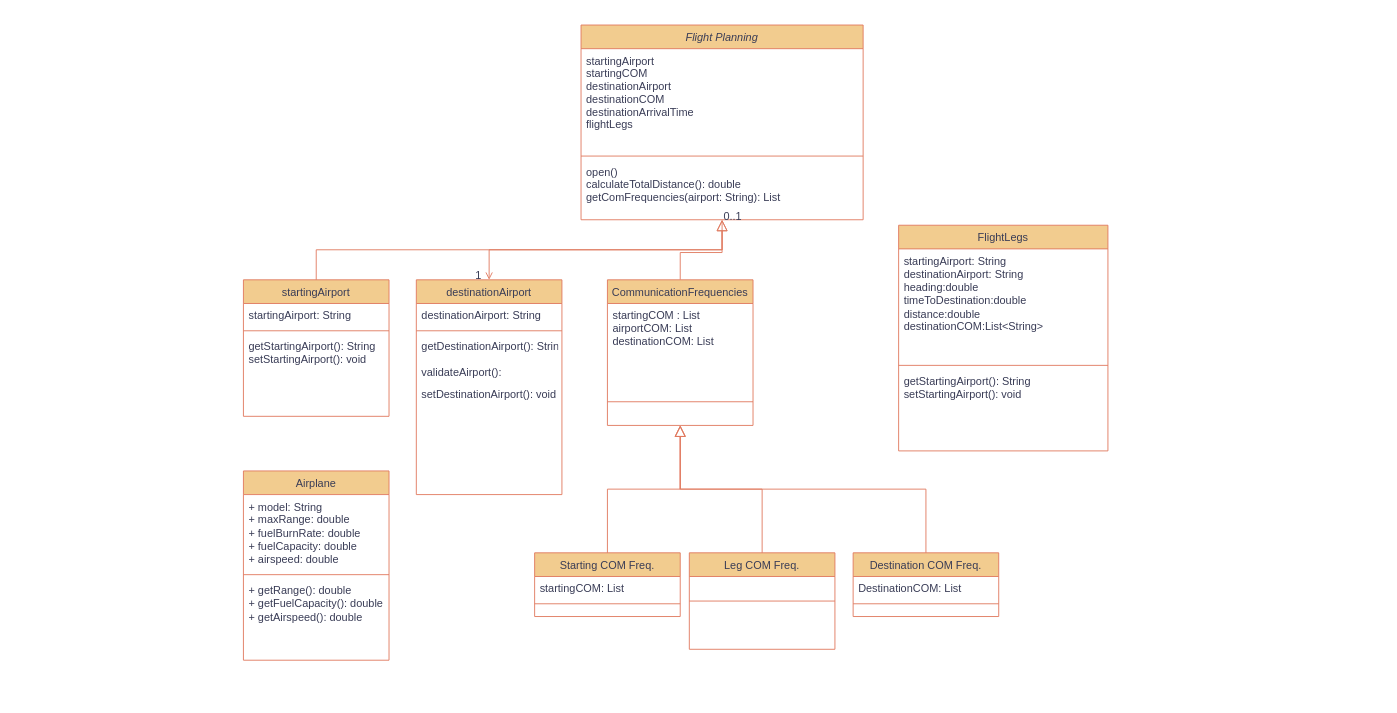
Above: Flight Planning.drawio in edgarg7/CSCI-360-Software-Development-Project (draw.io), before the change. Source tidied: cells renumbered, new cells numbered last; positions are measured from the earlier drawing's top-left corner, leaving out a move shared by most shapes. Both pictures are drawn from the tidied source at 91%, with x=0, y=0 at pixel (243, 25).
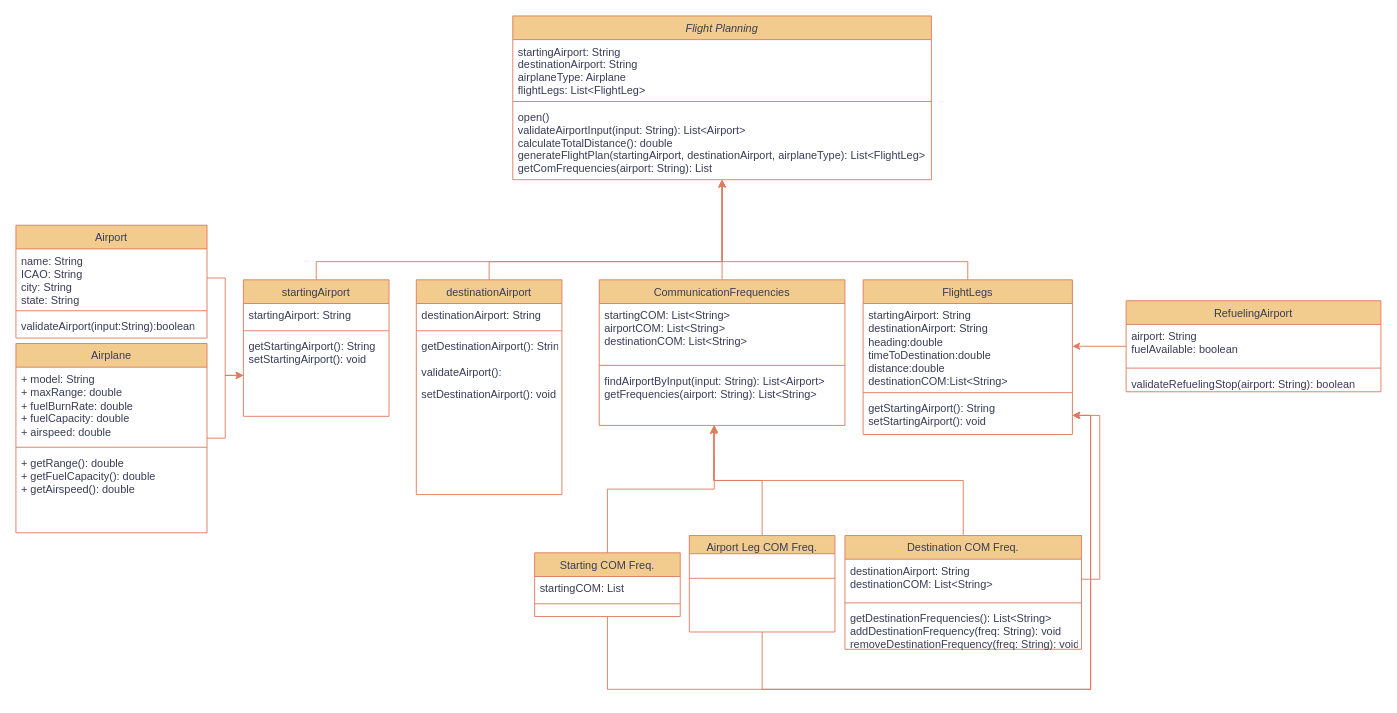
The same diagram, later.

The change refers to these unchanged cells:
```xml
<mxCell id="6" value="startingAirport" style="swimlane;fontStyle=0;align=center;verticalAlign=top;horizontal=1;startSize=26;rounded=0;shadow=0;strokeWidth=1;labelBackgroundColor=none;fillColor=#F2CC8F;strokeColor=#E07A5F;fontColor=#393C56;" parent="1" vertex="1">
  <mxGeometry y="280" width="160" height="150" as="geometry" />
</mxCell>
<mxCell id="9" value="getStartingAirport(): String&#10;setStartingAirport(): void" style="text;align=left;verticalAlign=top;spacingLeft=4;spacingRight=4;overflow=hidden;points=[[0,0.5],[1,0.5]];portConstraint=eastwest;labelBackgroundColor=none;fontColor=#393C56;" parent="6" vertex="1">
  <mxGeometry y="60" width="160" height="90" as="geometry" />
</mxCell>
<mxCell id="11" value="Starting COM Freq." style="swimlane;fontStyle=0;align=center;verticalAlign=top;horizontal=1;startSize=26;rounded=0;shadow=0;strokeWidth=1;labelBackgroundColor=none;fillColor=#F2CC8F;strokeColor=#E07A5F;fontColor=#393C56;" parent="1" vertex="1">
  <mxGeometry x="320" y="580" width="160" height="70" as="geometry" />
</mxCell>
<mxCell id="15" value="destinationAirport" style="swimlane;fontStyle=0;align=center;verticalAlign=top;horizontal=1;startSize=26;rounded=0;shadow=0;strokeWidth=1;labelBackgroundColor=none;fillColor=#F2CC8F;strokeColor=#E07A5F;fontColor=#393C56;" parent="1" vertex="1">
  <mxGeometry x="190" y="280" width="160" height="236" as="geometry" />
</mxCell>
```

The edit, as a diff of the source:
```diff
@@
     <mxCell id="2" value="Flight Planning" style="swimlane;fontStyle=2;align=center;verticalAlign=top;horizontal=1;startSize=26;rounded=0;shadow=0;strokeWidth=1;labelBackgroundColor=none;fillColor=#F2CC8F;strokeColor=#E07A5F;fontColor=#393C56;" parent="1" vertex="1">
-      <mxGeometry x="371" width="310" height="214" as="geometry" />
+      <mxGeometry x="296" y="-10" width="460" height="180" as="geometry" />
     </mxCell>
-    <mxCell id="3" value="startingAirport&#10;startingCOM&#10;destinationAirport&#10;destinationCOM&#10;destinationArrivalTime&#10;flightLegs" style="text;align=left;verticalAlign=top;spacingLeft=4;spacingRight=4;overflow=hidden;rounded=0;shadow=0;html=0;labelBackgroundColor=none;fontColor=#393C56;" parent="2" vertex="1">
-      <mxGeometry y="26" width="310" height="114" as="geometry" />
+    <mxCell id="3" value="startingAirport: String&#10;destinationAirport: String&#10;airplaneType: Airplane&#10;flightLegs: List&lt;FlightLeg&gt;" style="text;align=left;verticalAlign=top;spacingLeft=4;spacingRight=4;overflow=hidden;rounded=0;shadow=0;html=0;labelBackgroundColor=none;fontColor=#393C56;" parent="2" vertex="1">
+      <mxGeometry y="26" width="460" height="64" as="geometry" />
     </mxCell>
     <mxCell id="4" style="line;html=1;strokeWidth=1;align=left;verticalAlign=middle;spacingTop=-1;spacingLeft=3;spacingRight=3;labelPosition=right;labelBackgroundColor=none;fillColor=#F2CC8F;strokeColor=#E07A5F;fontColor=#393C56;" parent="2" vertex="1">
-      <mxGeometry y="140" width="310" height="8" as="geometry" />
+      <mxGeometry y="90" width="460" height="8" as="geometry" />
     </mxCell>
-    <mxCell id="5" value="open()&#10;calculateTotalDistance(): double&#10;getComFrequencies(airport: String): List" style="text;align=left;verticalAlign=top;spacingLeft=4;spacingRight=4;overflow=hidden;labelBackgroundColor=none;fontColor=#393C56;" parent="2" vertex="1">
-      <mxGeometry y="148" width="310" height="62" as="geometry" />
+    <mxCell id="5" value="open()&#10;validateAirportInput(input: String): List&lt;Airport&gt;&#10;calculateTotalDistance(): double&#10;generateFlightPlan(startingAirport, destinationAirport, airplaneType): List&lt;FlightLeg&gt;&#10;getComFrequencies(airport: String): List" style="text;align=left;verticalAlign=top;spacingLeft=4;spacingRight=4;overflow=hidden;labelBackgroundColor=none;fontColor=#393C56;" parent="2" vertex="1">
+      <mxGeometry y="98" width="460" height="82" as="geometry" />
     </mxCell>
+    <mxCell id="10" style="edgeStyle=orthogonalEdgeStyle;rounded=0;jettySize=auto;html=1;entryX=0.5;entryY=1;entryDx=0;entryDy=0;strokeColor=#E07A5F;fontColor=#393C56;fillColor=#F2CC8F;" parent="1" edge="1" source="6" target="2">
+      <mxGeometry relative="1" as="geometry">
+        <Array as="points">
+          <mxPoint x="80" y="260" />
+          <mxPoint x="526" y="260" />
+        </Array>
+      </mxGeometry>
+    </mxCell>
@@
-    <mxCell id="10" style="endArrow=block;endSize=10;endFill=0;shadow=0;strokeWidth=1;rounded=0;curved=0;edgeStyle=elbowEdgeStyle;elbow=vertical;entryX=0.5;entryY=1;entryDx=0;entryDy=0;labelBackgroundColor=none;strokeColor=#E07A5F;fontColor=default;" parent="1" edge="1" source="6" target="2">
-      <mxGeometry relative="1" as="geometry" />
-    </mxCell>
+    <mxCell id="42" style="edgeStyle=orthogonalEdgeStyle;rounded=0;jettySize=auto;html=1;entryX=1;entryY=0.5;entryDx=0;entryDy=0;strokeColor=#E07A5F;fontColor=#393C56;fillColor=#F2CC8F;" parent="1" edge="1" source="11" target="37">
+      <mxGeometry relative="1" as="geometry">
+        <Array as="points">
+          <mxPoint x="400" y="730" />
+          <mxPoint x="931" y="730" />
+          <mxPoint x="931" y="429" />
+        </Array>
+      </mxGeometry>
+    </mxCell>
@@
-    <mxCell id="14" style="endArrow=block;endSize=10;endFill=0;shadow=0;strokeWidth=1;rounded=0;curved=0;edgeStyle=elbowEdgeStyle;elbow=vertical;exitX=0.5;exitY=0;exitDx=0;exitDy=0;entryX=0.5;entryY=1;entryDx=0;entryDy=0;labelBackgroundColor=none;strokeColor=#E07A5F;fontColor=default;" parent="1" edge="1" source="23" target="2">
-      <mxGeometry relative="1" as="geometry">
-        <Array as="points">
-          <mxPoint x="560" y="250" />
-        </Array>
-      </mxGeometry>
-    </mxCell>
+    <mxCell id="43" style="edgeStyle=orthogonalEdgeStyle;rounded=0;jettySize=auto;html=1;entryX=0.5;entryY=1;entryDx=0;entryDy=0;strokeColor=#E07A5F;fontColor=#393C56;fillColor=#F2CC8F;" parent="1" edge="1" source="15" target="2">
+      <mxGeometry relative="1" as="geometry">
+        <Array as="points">
+          <mxPoint x="270" y="260" />
+          <mxPoint x="526" y="260" />
+        </Array>
+      </mxGeometry>
+    </mxCell>
@@
-    <mxCell id="20" style="endArrow=open;shadow=0;strokeWidth=1;rounded=0;curved=0;endFill=1;edgeStyle=elbowEdgeStyle;elbow=vertical;labelBackgroundColor=none;strokeColor=#E07A5F;fontColor=default;" parent="1" edge="1" target="15">
-      <mxGeometry x="0.5" y="41" relative="1" as="geometry">
-        <mxPoint x="526" y="215" as="sourcePoint" />
-        <Array as="points">
-          <mxPoint x="420" y="247" />
-        </Array>
-        <mxPoint x="-40" y="32" as="offset" />
-      </mxGeometry>
-    </mxCell>
-    <mxCell id="21" value="0..1" style="align=left;verticalAlign=bottom;labelBackgroundColor=none;fontSize=12;fillColor=#F2CC8F;strokeColor=#E07A5F;fontColor=#393C56;" parent="20" vertex="1">
-      <mxGeometry x="-1" relative="1" as="geometry">
-        <mxPoint y="4" as="offset" />
-      </mxGeometry>
-    </mxCell>
-    <mxCell id="22" value="1" style="align=right;verticalAlign=bottom;labelBackgroundColor=none;fontSize=12;fillColor=#F2CC8F;strokeColor=#E07A5F;fontColor=#393C56;" parent="20" vertex="1">
-      <mxGeometry x="1" relative="1" as="geometry">
-        <mxPoint x="-7" y="4" as="offset" />
-      </mxGeometry>
-    </mxCell>
+    <mxCell id="14" style="edgeStyle=orthogonalEdgeStyle;rounded=0;jettySize=auto;html=1;entryX=0.5;entryY=1;entryDx=0;entryDy=0;strokeColor=#E07A5F;fontColor=#393C56;fillColor=#F2CC8F;" parent="1" edge="1" source="23" target="2">
+      <mxGeometry relative="1" as="geometry" />
+    </mxCell>
     <mxCell id="23" value="CommunicationFrequencies" style="swimlane;fontStyle=0;align=center;verticalAlign=top;horizontal=1;startSize=26;rounded=0;shadow=0;strokeWidth=1;labelBackgroundColor=none;fillColor=#F2CC8F;strokeColor=#E07A5F;fontColor=#393C56;" parent="1" vertex="1">
-      <mxGeometry x="400" y="280" width="160" height="160" as="geometry" />
+      <mxGeometry x="391" y="280" width="270" height="160" as="geometry" />
     </mxCell>
-    <mxCell id="24" value="startingCOM : List&#10;airportCOM: List&#10;destinationCOM: List" style="text;align=left;verticalAlign=top;spacingLeft=4;spacingRight=4;overflow=hidden;labelBackgroundColor=none;fontColor=#393C56;" parent="23" vertex="1">
-      <mxGeometry y="26" width="160" height="104" as="geometry" />
+    <mxCell id="24" value="startingCOM: List&lt;String&gt;&#10;airportCOM: List&lt;String&gt;&#10;destinationCOM: List&lt;String&gt;" style="text;align=left;verticalAlign=top;spacingLeft=4;spacingRight=4;overflow=hidden;labelBackgroundColor=none;fontColor=#393C56;" parent="23" vertex="1">
+      <mxGeometry y="26" width="270" height="64" as="geometry" />
     </mxCell>
     <mxCell id="25" style="line;html=1;strokeWidth=1;align=left;verticalAlign=middle;spacingTop=-1;spacingLeft=3;spacingRight=3;labelPosition=right;labelBackgroundColor=none;fillColor=#F2CC8F;strokeColor=#E07A5F;fontColor=#393C56;" parent="23" vertex="1">
-      <mxGeometry y="130" width="160" height="8" as="geometry" />
+      <mxGeometry y="90" width="270" height="8" as="geometry" />
     </mxCell>
-    <mxCell id="26" style="endArrow=block;endSize=10;endFill=0;shadow=0;strokeWidth=1;rounded=0;curved=0;edgeStyle=elbowEdgeStyle;elbow=vertical;exitX=0.5;exitY=0;exitDx=0;exitDy=0;entryX=0.5;entryY=1;entryDx=0;entryDy=0;labelBackgroundColor=none;strokeColor=#E07A5F;fontColor=default;" parent="1" edge="1" source="11" target="23">
-      <mxGeometry relative="1" as="geometry">
-        <Array as="points">
-          <mxPoint x="560" y="510" />
-        </Array>
-      </mxGeometry>
-    </mxCell>
+    <mxCell id="44" value="findAirportByInput(input: String): List&lt;Airport&gt;&#10;getFrequencies(airport: String): List&lt;String&gt;" style="text;align=left;verticalAlign=top;spacingLeft=4;spacingRight=4;overflow=hidden;points=[[0,0.5],[1,0.5]];portConstraint=eastwest;labelBackgroundColor=none;fontColor=#393C56;" parent="23" vertex="1">
+      <mxGeometry y="98" width="270" height="62" as="geometry" />
+    </mxCell>
     <mxCell id="27" value="Destination COM Freq." style="swimlane;fontStyle=0;align=center;verticalAlign=top;horizontal=1;startSize=26;rounded=0;shadow=0;strokeWidth=1;labelBackgroundColor=none;fillColor=#F2CC8F;strokeColor=#E07A5F;fontColor=#393C56;" parent="1" vertex="1">
-      <mxGeometry x="670" y="580" width="160" height="70" as="geometry" />
+      <mxGeometry x="661" y="561" width="260" height="125" as="geometry" />
     </mxCell>
-    <mxCell id="28" value="DestinationCOM: List" style="text;align=left;verticalAlign=top;spacingLeft=4;spacingRight=4;overflow=hidden;points=[[0,0.5],[1,0.5]];portConstraint=eastwest;labelBackgroundColor=none;fontColor=#393C56;" parent="27" vertex="1">
-      <mxGeometry y="26" width="160" height="26" as="geometry" />
+    <mxCell id="28" value="destinationAirport: String&#10;destinationCOM: List&lt;String&gt;" style="text;align=left;verticalAlign=top;spacingLeft=4;spacingRight=4;overflow=hidden;points=[[0,0.5],[1,0.5]];portConstraint=eastwest;labelBackgroundColor=none;fontColor=#393C56;" parent="27" vertex="1">
+      <mxGeometry y="26" width="260" height="44" as="geometry" />
     </mxCell>
     <mxCell id="29" style="line;html=1;strokeWidth=1;align=left;verticalAlign=middle;spacingTop=-1;spacingLeft=3;spacingRight=3;labelPosition=right;labelBackgroundColor=none;fillColor=#F2CC8F;strokeColor=#E07A5F;fontColor=#393C56;" parent="27" vertex="1">
-      <mxGeometry y="52" width="160" height="8" as="geometry" />
+      <mxGeometry y="70" width="260" height="8" as="geometry" />
     </mxCell>
-    <mxCell id="30" style="endArrow=block;endSize=10;endFill=0;shadow=0;strokeWidth=1;rounded=0;curved=0;edgeStyle=elbowEdgeStyle;elbow=vertical;exitX=0.5;exitY=0;exitDx=0;exitDy=0;labelBackgroundColor=none;strokeColor=#E07A5F;fontColor=default;" parent="1" edge="1" source="27">
-      <mxGeometry relative="1" as="geometry">
-        <mxPoint x="480" y="440" as="targetPoint" />
-        <Array as="points">
-          <mxPoint x="730" y="510" />
-        </Array>
-      </mxGeometry>
-    </mxCell>
+    <mxCell id="45" value="getDestinationFrequencies(): List&lt;String&gt;&#10;addDestinationFrequency(freq: String): void&#10;removeDestinationFrequency(freq: String): void" style="text;align=left;verticalAlign=top;spacingLeft=4;spacingRight=4;overflow=hidden;labelBackgroundColor=none;fontColor=#393C56;" parent="27" vertex="1">
+      <mxGeometry y="78" width="260" height="44" as="geometry" />
+    </mxCell>
+    <mxCell id="46" style="edgeStyle=orthogonalEdgeStyle;rounded=0;jettySize=auto;html=1;entryX=1;entryY=0.5;entryDx=0;entryDy=0;strokeColor=#E07A5F;fontColor=#393C56;fillColor=#F2CC8F;" parent="1" edge="1" source="31" target="37">
+      <mxGeometry relative="1" as="geometry">
+        <Array as="points">
+          <mxPoint x="570" y="730" />
+          <mxPoint x="931" y="730" />
+          <mxPoint x="931" y="429" />
+        </Array>
+      </mxGeometry>
+    </mxCell>
-    <mxCell id="31" value="Leg COM Freq." style="swimlane;fontStyle=0;align=center;verticalAlign=top;horizontal=1;startSize=26;rounded=0;shadow=0;strokeWidth=1;labelBackgroundColor=none;fillColor=#F2CC8F;strokeColor=#E07A5F;fontColor=#393C56;" parent="1" vertex="1">
-      <mxGeometry x="490" y="580" width="160" height="106" as="geometry" />
+    <mxCell id="31" value="Airport Leg COM Freq." style="swimlane;fontStyle=0;align=center;verticalAlign=top;horizontal=1;startSize=20;rounded=0;shadow=0;strokeWidth=1;labelBackgroundColor=none;fillColor=#F2CC8F;strokeColor=#E07A5F;fontColor=#393C56;" parent="1" vertex="1">
+      <mxGeometry x="490" y="561" width="160" height="106" as="geometry" />
     </mxCell>
     <mxCell id="32" style="line;html=1;strokeWidth=1;align=left;verticalAlign=middle;spacingTop=-1;spacingLeft=3;spacingRight=3;labelPosition=right;labelBackgroundColor=none;fillColor=#F2CC8F;strokeColor=#E07A5F;fontColor=#393C56;" parent="31" vertex="1">
-      <mxGeometry y="26" width="160" height="54" as="geometry" />
+      <mxGeometry y="20" width="160" height="54" as="geometry" />
     </mxCell>
-    <mxCell id="33" style="endArrow=block;endSize=10;endFill=0;shadow=0;strokeWidth=1;rounded=0;curved=0;edgeStyle=elbowEdgeStyle;elbow=vertical;exitX=0.5;exitY=0;exitDx=0;exitDy=0;labelBackgroundColor=none;strokeColor=#E07A5F;fontColor=default;" parent="1" edge="1" source="31">
-      <mxGeometry relative="1" as="geometry">
-        <mxPoint x="480" y="440" as="targetPoint" />
-        <Array as="points">
-          <mxPoint x="527" y="510" />
-        </Array>
-      </mxGeometry>
-    </mxCell>
+    <mxCell id="47" style="edgeStyle=orthogonalEdgeStyle;rounded=0;jettySize=auto;html=1;entryX=0.5;entryY=1;entryDx=0;entryDy=0;strokeColor=#E07A5F;fontColor=#393C56;fillColor=#F2CC8F;" parent="1" edge="1" source="34" target="2">
+      <mxGeometry relative="1" as="geometry">
+        <Array as="points">
+          <mxPoint x="796" y="260" />
+          <mxPoint x="526" y="260" />
+        </Array>
+      </mxGeometry>
+    </mxCell>
     <mxCell id="34" value="FlightLegs" style="swimlane;fontStyle=0;align=center;verticalAlign=top;horizontal=1;startSize=26;rounded=0;shadow=0;strokeWidth=1;labelBackgroundColor=none;fillColor=#F2CC8F;strokeColor=#E07A5F;fontColor=#393C56;" parent="1" vertex="1">
-      <mxGeometry x="720" y="220" width="230" height="248" as="geometry" />
+      <mxGeometry x="681" y="280" width="230" height="170" as="geometry" />
     </mxCell>
     <mxCell id="35" value="startingAirport: String&#10;destinationAirport: String&#10;heading:double&#10;timeToDestination:double&#10;distance:double&#10;destinationCOM:List&lt;String&gt;" style="text;align=left;verticalAlign=top;spacingLeft=4;spacingRight=4;overflow=hidden;points=[[0,0.5],[1,0.5]];portConstraint=eastwest;labelBackgroundColor=none;fontColor=#393C56;whiteSpace=wrap;" parent="34" vertex="1">
-      <mxGeometry y="26" width="230" height="124" as="geometry" />
+      <mxGeometry y="26" width="230" height="94" as="geometry" />
     </mxCell>
     <mxCell id="36" style="line;html=1;strokeWidth=1;align=left;verticalAlign=middle;spacingTop=-1;spacingLeft=3;spacingRight=3;labelPosition=right;labelBackgroundColor=none;fillColor=#F2CC8F;strokeColor=#E07A5F;fontColor=#393C56;" parent="34" vertex="1">
-      <mxGeometry y="150" width="230" height="8" as="geometry" />
+      <mxGeometry y="120" width="230" height="8" as="geometry" />
     </mxCell>
     <mxCell id="37" value="getStartingAirport(): String&#10;setStartingAirport(): void" style="text;align=left;verticalAlign=top;spacingLeft=4;spacingRight=4;overflow=hidden;points=[[0,0.5],[1,0.5]];portConstraint=eastwest;labelBackgroundColor=none;fontColor=#393C56;" parent="34" vertex="1">
-      <mxGeometry y="158" width="230" height="90" as="geometry" />
+      <mxGeometry y="128" width="230" height="42" as="geometry" />
     </mxCell>
+    <mxCell id="48" style="edgeStyle=orthogonalEdgeStyle;rounded=0;jettySize=auto;html=1;entryX=0;entryY=0.5;entryDx=0;entryDy=0;strokeColor=#E07A5F;fontColor=#393C56;fillColor=#F2CC8F;" parent="1" edge="1" source="38" target="9">
+      <mxGeometry relative="1" as="geometry" />
+    </mxCell>
     <mxCell id="38" value="Airplane" style="swimlane;fontStyle=0;align=center;verticalAlign=top;horizontal=1;startSize=26;rounded=0;shadow=0;strokeWidth=1;labelBackgroundColor=none;fillColor=#F2CC8F;strokeColor=#E07A5F;fontColor=#393C56;" parent="1" vertex="1">
-      <mxGeometry y="490" width="160" height="208" as="geometry" />
+      <mxGeometry x="-250" y="350" width="210" height="208" as="geometry" />
     </mxCell>
     <mxCell id="39" value="+ model: String&#10;+ maxRange: double&#10;+ fuelBurnRate: double&#10;+ fuelCapacity: double&#10;+ airspeed: double&#10;" style="text;align=left;verticalAlign=top;spacingLeft=4;spacingRight=4;overflow=hidden;labelBackgroundColor=none;fontColor=#393C56;whiteSpace=wrap;" parent="38" vertex="1">
-      <mxGeometry y="26" width="160" height="84" as="geometry" />
+      <mxGeometry y="26" width="210" height="84" as="geometry" />
     </mxCell>
     <mxCell id="40" style="line;html=1;strokeWidth=1;align=left;verticalAlign=middle;spacingTop=-1;spacingLeft=3;spacingRight=3;labelPosition=right;labelBackgroundColor=none;fillColor=#F2CC8F;strokeColor=#E07A5F;fontColor=#393C56;" parent="38" vertex="1">
-      <mxGeometry y="110" width="160" height="8" as="geometry" />
+      <mxGeometry y="110" width="210" height="8" as="geometry" />
     </mxCell>
     <mxCell id="41" value="+ getRange(): double &#10;+ getFuelCapacity(): double&#10;+ getAirspeed(): double" style="text;align=left;verticalAlign=top;spacingLeft=4;spacingRight=4;overflow=hidden;labelBackgroundColor=none;fontColor=#393C56;whiteSpace=wrap;" parent="38" vertex="1">
-      <mxGeometry y="118" width="160" height="90" as="geometry" />
+      <mxGeometry y="118" width="210" height="90" as="geometry" />
     </mxCell>
+    <mxCell id="49" value="Airport" style="swimlane;fontStyle=0;align=center;verticalAlign=top;horizontal=1;startSize=26;rounded=0;shadow=0;strokeWidth=1;labelBackgroundColor=none;fillColor=#F2CC8F;strokeColor=#E07A5F;fontColor=#393C56;" parent="1" vertex="1">
+      <mxGeometry x="-250" y="220" width="210" height="124" as="geometry" />
+    </mxCell>
+    <mxCell id="50" value="name: String&#10;ICAO: String&#10;city: String&#10;state: String" style="text;align=left;verticalAlign=top;spacingLeft=4;spacingRight=4;overflow=hidden;points=[[0,0.5],[1,0.5]];portConstraint=eastwest;labelBackgroundColor=none;fontColor=#393C56;whiteSpace=wrap;" parent="49" vertex="1">
+      <mxGeometry y="26" width="210" height="64" as="geometry" />
+    </mxCell>
+    <mxCell id="51" style="line;html=1;strokeWidth=1;align=left;verticalAlign=middle;spacingTop=-1;spacingLeft=3;spacingRight=3;labelPosition=right;labelBackgroundColor=none;fillColor=#F2CC8F;strokeColor=#E07A5F;fontColor=#393C56;" parent="49" vertex="1">
+      <mxGeometry y="90" width="210" height="8" as="geometry" />
+    </mxCell>
+    <mxCell id="52" value="validateAirport(input:String):boolean" style="text;align=left;verticalAlign=top;spacingLeft=4;spacingRight=4;overflow=hidden;labelBackgroundColor=none;fontColor=#393C56;whiteSpace=wrap;" parent="49" vertex="1">
+      <mxGeometry y="98" width="210" height="26" as="geometry" />
+    </mxCell>
+    <mxCell id="53" style="edgeStyle=orthogonalEdgeStyle;rounded=0;jettySize=auto;html=1;entryX=1;entryY=0.5;entryDx=0;entryDy=0;strokeColor=#E07A5F;fontColor=#393C56;fillColor=#F2CC8F;" parent="1" edge="1" source="54" target="35">
+      <mxGeometry relative="1" as="geometry" />
+    </mxCell>
+    <mxCell id="54" value="RefuelingAirport" style="swimlane;fontStyle=0;align=center;verticalAlign=top;horizontal=1;startSize=26;rounded=0;shadow=0;strokeWidth=1;labelBackgroundColor=none;fillColor=#F2CC8F;strokeColor=#E07A5F;fontColor=#393C56;" parent="1" vertex="1">
+      <mxGeometry x="970" y="303" width="280" height="100" as="geometry" />
+    </mxCell>
+    <mxCell id="55" value="airport: String&#10;fuelAvailable: boolean" style="text;align=left;verticalAlign=top;spacingLeft=4;spacingRight=4;overflow=hidden;rounded=0;shadow=0;html=0;labelBackgroundColor=none;fontColor=#393C56;" parent="54" vertex="1">
+      <mxGeometry y="26" width="280" height="44" as="geometry" />
+    </mxCell>
+    <mxCell id="56" style="line;html=1;strokeWidth=1;align=left;verticalAlign=middle;spacingTop=-1;spacingLeft=3;spacingRight=3;labelPosition=right;labelBackgroundColor=none;fillColor=#F2CC8F;strokeColor=#E07A5F;fontColor=#393C56;" parent="54" vertex="1">
+      <mxGeometry y="70" width="280" height="8" as="geometry" />
+    </mxCell>
+    <mxCell id="57" value="validateRefuelingStop(airport: String): boolean" style="text;align=left;verticalAlign=top;spacingLeft=4;spacingRight=4;overflow=hidden;labelBackgroundColor=none;fontColor=#393C56;" parent="54" vertex="1">
+      <mxGeometry y="78" width="280" height="22" as="geometry" />
+    </mxCell>
+    <mxCell id="58" style="edgeStyle=orthogonalEdgeStyle;rounded=0;jettySize=auto;html=1;strokeColor=#E07A5F;fontColor=#393C56;fillColor=#F2CC8F;" parent="1" edge="1" source="50" target="9">
+      <mxGeometry relative="1" as="geometry" />
+    </mxCell>
+    <mxCell id="59" style="edgeStyle=orthogonalEdgeStyle;rounded=0;jettySize=auto;html=1;entryX=0.468;entryY=1.003;entryDx=0;entryDy=0;entryPerimeter=0;strokeColor=#E07A5F;fontColor=#393C56;fillColor=#F2CC8F;" parent="1" edge="1" source="11" target="44">
+      <mxGeometry relative="1" as="geometry" />
+    </mxCell>
+    <mxCell id="60" style="edgeStyle=orthogonalEdgeStyle;rounded=0;jettySize=auto;html=1;entryX=0.468;entryY=0.989;entryDx=0;entryDy=0;entryPerimeter=0;strokeColor=#E07A5F;fontColor=#393C56;fillColor=#F2CC8F;" parent="1" edge="1" source="31" target="44">
+      <mxGeometry relative="1" as="geometry" />
+    </mxCell>
+    <mxCell id="61" style="edgeStyle=orthogonalEdgeStyle;rounded=0;jettySize=auto;html=1;entryX=0.465;entryY=1.016;entryDx=0;entryDy=0;entryPerimeter=0;strokeColor=#E07A5F;fontColor=#393C56;fillColor=#F2CC8F;" parent="1" edge="1" source="27" target="44">
+      <mxGeometry relative="1" as="geometry" />
+    </mxCell>
+    <mxCell id="62" style="edgeStyle=orthogonalEdgeStyle;rounded=0;jettySize=auto;html=1;entryX=1;entryY=0.5;entryDx=0;entryDy=0;strokeColor=#E07A5F;fontColor=#393C56;fillColor=#F2CC8F;" parent="1" edge="1" source="28" target="37">
+      <mxGeometry relative="1" as="geometry" />
+    </mxCell>
```
